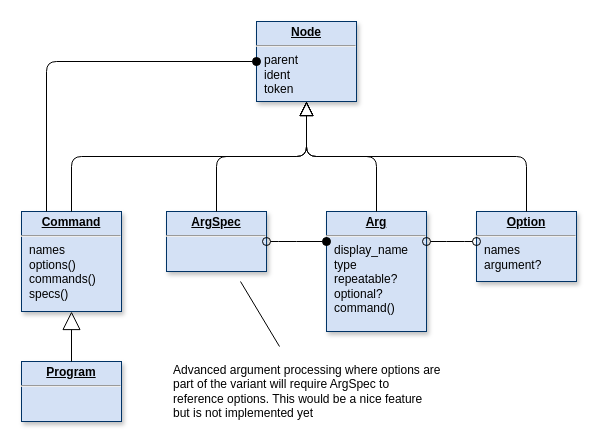
Above: page "Grammar" (2 of 7) of doc/diagram.drawio in clrgit/shellopts (draw.io), before the change. Source tidied: cells renumbered, new cells numbered last; positions are measured from the earlier drawing's top-left corner, leaving out a move shared by most shapes. Both pictures are drawn from the tidied source at 100%, with x=0, y=0 at pixel (21, 21).
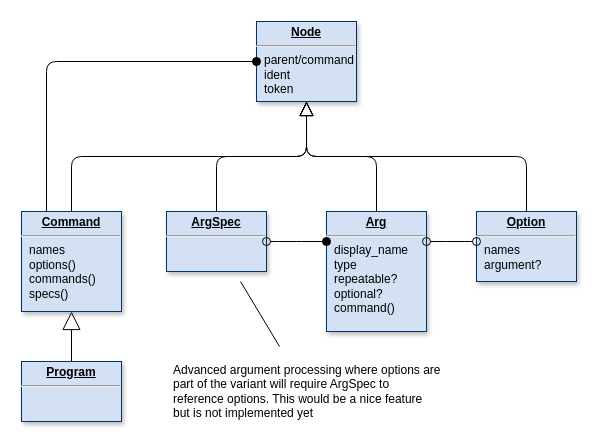
After the change.

Change to the diagram source:
```diff
@@
-    <mxCell id="2" value="&lt;p style=&quot;margin: 0px ; margin-top: 4px ; text-align: center ; text-decoration: underline&quot;&gt;&lt;b&gt;Node&lt;/b&gt;&lt;/p&gt;&lt;hr&gt;&lt;p style=&quot;margin: 0px ; margin-left: 8px&quot;&gt;parent&lt;/p&gt;&lt;p style=&quot;margin: 0px ; margin-left: 8px&quot;&gt;ident&lt;/p&gt;&lt;p style=&quot;margin: 0px ; margin-left: 8px&quot;&gt;token&lt;/p&gt;" style="verticalAlign=top;align=left;overflow=fill;fontSize=12;fontFamily=Helvetica;html=1;shadow=1;strokeColor=#003366;fillColor=#D4E1F5;" parent="1" vertex="1">
+    <mxCell id="2" value="&lt;p style=&quot;margin: 0px ; margin-top: 4px ; text-align: center ; text-decoration: underline&quot;&gt;&lt;b&gt;Node&lt;/b&gt;&lt;/p&gt;&lt;hr&gt;&lt;p style=&quot;margin: 0px ; margin-left: 8px&quot;&gt;parent/command&lt;/p&gt;&lt;p style=&quot;margin: 0px ; margin-left: 8px&quot;&gt;ident&lt;/p&gt;&lt;p style=&quot;margin: 0px ; margin-left: 8px&quot;&gt;token&lt;/p&gt;" style="verticalAlign=top;align=left;overflow=fill;fontSize=12;fontFamily=Helvetica;html=1;shadow=1;strokeColor=#003366;fillColor=#D4E1F5;" parent="1" vertex="1">
       <mxGeometry x="235" width="100" height="80" as="geometry" />
     </mxCell>
```
